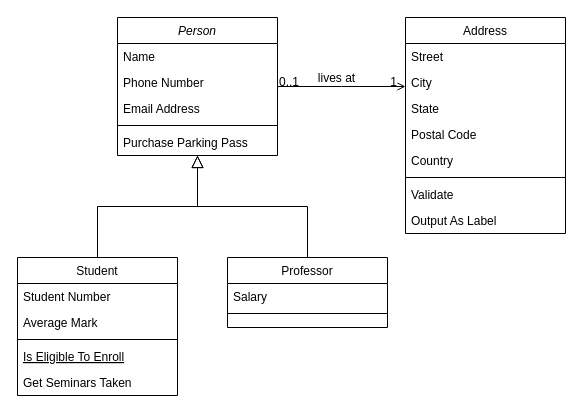
This is Diagram zonder titel.drawio from NickSchoenmakers/4Shop, a draw.io file, before an edit. Source tidied: cells renumbered, new cells numbered last; positions are measured from the earlier drawing's top-left corner, leaving out a move shared by most shapes. Both pictures are drawn from the tidied source at 100%, with x=0, y=0 at pixel (17, 17).
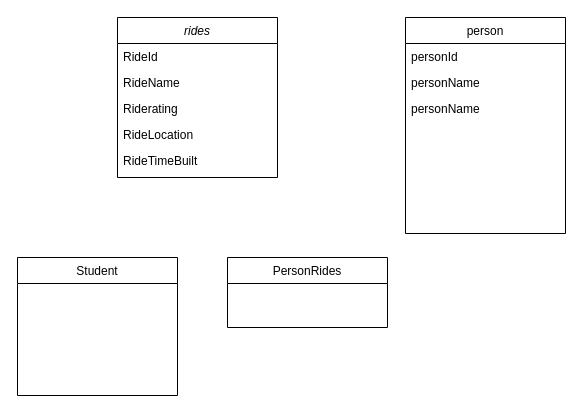
Above is the later version.

Unchanged cells that the change refers to:
```xml
<mxCell id="8" value="Student" style="swimlane;fontStyle=0;align=center;verticalAlign=top;horizontal=1;startSize=26;rounded=0;shadow=0;strokeWidth=1;" parent="1" vertex="1">
  <mxGeometry y="240" width="160" height="138" as="geometry" />
</mxCell>
```

Diff of the diagram source:
```diff
@@
-    <mxCell id="2" value="Person" style="swimlane;fontStyle=2;align=center;verticalAlign=top;horizontal=1;startSize=26;rounded=0;shadow=0;strokeWidth=1;" parent="1" vertex="1">
-      <mxGeometry x="100" width="160" height="138" as="geometry" />
+    <mxCell id="2" value="rides" style="swimlane;fontStyle=2;align=center;verticalAlign=top;horizontal=1;startSize=26;rounded=0;shadow=0;strokeWidth=1;" parent="1" vertex="1">
+      <mxGeometry x="100" width="160" height="160" as="geometry" />
     </mxCell>
-    <mxCell id="3" value="Name" style="text;align=left;verticalAlign=top;spacingLeft=4;spacingRight=4;overflow=hidden;" parent="2" vertex="1">
+    <mxCell id="3" value="RideId" style="text;align=left;verticalAlign=top;spacingLeft=4;spacingRight=4;overflow=hidden;" parent="2" vertex="1">
       <mxGeometry y="26" width="160" height="26" as="geometry" />
     </mxCell>
-    <mxCell id="4" value="Phone Number" style="text;align=left;verticalAlign=top;spacingLeft=4;spacingRight=4;overflow=hidden;rounded=0;shadow=0;html=0;" parent="2" vertex="1">
-      <mxGeometry y="52" width="160" height="26" as="geometry" />
-    </mxCell>
-    <mxCell id="5" value="Email Address" style="text;align=left;verticalAlign=top;spacingLeft=4;spacingRight=4;overflow=hidden;rounded=0;shadow=0;html=0;" parent="2" vertex="1">
-      <mxGeometry y="78" width="160" height="26" as="geometry" />
-    </mxCell>
-    <mxCell id="6" style="line;html=1;strokeWidth=1;align=left;verticalAlign=middle;spacingTop=-1;spacingLeft=3;spacingRight=3;labelPosition=right;" parent="2" vertex="1">
-      <mxGeometry y="104" width="160" height="8" as="geometry" />
-    </mxCell>
-    <mxCell id="7" value="Purchase Parking Pass" style="text;align=left;verticalAlign=top;spacingLeft=4;spacingRight=4;overflow=hidden;" parent="2" vertex="1">
-      <mxGeometry y="112" width="160" height="26" as="geometry" />
-    </mxCell>
+    <mxCell id="32" value="RideName" style="text;align=left;verticalAlign=top;spacingLeft=4;spacingRight=4;overflow=hidden;" parent="2" vertex="1">
+      <mxGeometry y="52" width="160" height="26" as="geometry" />
+    </mxCell>
+    <mxCell id="33" value="Riderating" style="text;align=left;verticalAlign=top;spacingLeft=4;spacingRight=4;overflow=hidden;" parent="2" vertex="1">
+      <mxGeometry y="78" width="160" height="26" as="geometry" />
+    </mxCell>
+    <mxCell id="34" value="RideLocation" style="text;align=left;verticalAlign=top;spacingLeft=4;spacingRight=4;overflow=hidden;" parent="2" vertex="1">
+      <mxGeometry y="104" width="160" height="26" as="geometry" />
+    </mxCell>
+    <mxCell id="35" value="RideTimeBuilt" style="text;align=left;verticalAlign=top;spacingLeft=4;spacingRight=4;overflow=hidden;" parent="2" vertex="1">
+      <mxGeometry y="130" width="160" height="26" as="geometry" />
+    </mxCell>
@@
-    <mxCell id="9" value="Student Number" style="text;align=left;verticalAlign=top;spacingLeft=4;spacingRight=4;overflow=hidden;" parent="8" vertex="1">
-      <mxGeometry y="26" width="160" height="26" as="geometry" />
-    </mxCell>
-    <mxCell id="10" value="Average Mark" style="text;align=left;verticalAlign=top;spacingLeft=4;spacingRight=4;overflow=hidden;rounded=0;shadow=0;html=0;" parent="8" vertex="1">
-      <mxGeometry y="52" width="160" height="26" as="geometry" />
-    </mxCell>
-    <mxCell id="11" style="line;html=1;strokeWidth=1;align=left;verticalAlign=middle;spacingTop=-1;spacingLeft=3;spacingRight=3;labelPosition=right;" parent="8" vertex="1">
-      <mxGeometry y="78" width="160" height="8" as="geometry" />
-    </mxCell>
-    <mxCell id="12" value="Is Eligible To Enroll" style="text;align=left;verticalAlign=top;spacingLeft=4;spacingRight=4;overflow=hidden;fontStyle=4;" parent="8" vertex="1">
-      <mxGeometry y="86" width="160" height="26" as="geometry" />
-    </mxCell>
-    <mxCell id="13" value="Get Seminars Taken" style="text;align=left;verticalAlign=top;spacingLeft=4;spacingRight=4;overflow=hidden;" parent="8" vertex="1">
-      <mxGeometry y="112" width="160" height="26" as="geometry" />
-    </mxCell>
-    <mxCell id="14" style="endArrow=block;endSize=10;endFill=0;shadow=0;strokeWidth=1;rounded=0;edgeStyle=elbowEdgeStyle;elbow=vertical;" parent="1" edge="1" source="8" target="2">
-      <mxGeometry relative="1" as="geometry" />
-    </mxCell>
-    <mxCell id="15" value="Professor" style="swimlane;fontStyle=0;align=center;verticalAlign=top;horizontal=1;startSize=26;rounded=0;shadow=0;strokeWidth=1;" parent="1" vertex="1">
+    <mxCell id="15" value="PersonRides" style="swimlane;fontStyle=0;align=center;verticalAlign=top;horizontal=1;startSize=26;rounded=0;shadow=0;strokeWidth=1;" parent="1" vertex="1">
       <mxGeometry x="210" y="240" width="160" height="70" as="geometry" />
     </mxCell>
-    <mxCell id="16" value="Salary" style="text;align=left;verticalAlign=top;spacingLeft=4;spacingRight=4;overflow=hidden;" parent="15" vertex="1">
-      <mxGeometry y="26" width="160" height="26" as="geometry" />
-    </mxCell>
-    <mxCell id="17" style="line;html=1;strokeWidth=1;align=left;verticalAlign=middle;spacingTop=-1;spacingLeft=3;spacingRight=3;labelPosition=right;" parent="15" vertex="1">
-      <mxGeometry y="52" width="160" height="8" as="geometry" />
-    </mxCell>
-    <mxCell id="18" style="endArrow=block;endSize=10;endFill=0;shadow=0;strokeWidth=1;rounded=0;edgeStyle=elbowEdgeStyle;elbow=vertical;" parent="1" edge="1" source="15" target="2">
-      <mxGeometry relative="1" as="geometry" />
-    </mxCell>
-    <mxCell id="19" value="Address" style="swimlane;fontStyle=0;align=center;verticalAlign=top;horizontal=1;startSize=26;rounded=0;shadow=0;strokeWidth=1;" parent="1" vertex="1">
+    <mxCell id="19" value="person" style="swimlane;fontStyle=0;align=center;verticalAlign=top;horizontal=1;startSize=26;rounded=0;shadow=0;strokeWidth=1;" parent="1" vertex="1">
       <mxGeometry x="388" width="160" height="216" as="geometry" />
     </mxCell>
-    <mxCell id="20" value="Street" style="text;align=left;verticalAlign=top;spacingLeft=4;spacingRight=4;overflow=hidden;" parent="19" vertex="1">
+    <mxCell id="20" value="personId" style="text;align=left;verticalAlign=top;spacingLeft=4;spacingRight=4;overflow=hidden;" parent="19" vertex="1">
       <mxGeometry y="26" width="160" height="26" as="geometry" />
     </mxCell>
-    <mxCell id="21" value="City" style="text;align=left;verticalAlign=top;spacingLeft=4;spacingRight=4;overflow=hidden;rounded=0;shadow=0;html=0;" parent="19" vertex="1">
-      <mxGeometry y="52" width="160" height="26" as="geometry" />
-    </mxCell>
-    <mxCell id="22" value="State" style="text;align=left;verticalAlign=top;spacingLeft=4;spacingRight=4;overflow=hidden;rounded=0;shadow=0;html=0;" parent="19" vertex="1">
-      <mxGeometry y="78" width="160" height="26" as="geometry" />
-    </mxCell>
-    <mxCell id="23" value="Postal Code" style="text;align=left;verticalAlign=top;spacingLeft=4;spacingRight=4;overflow=hidden;rounded=0;shadow=0;html=0;" parent="19" vertex="1">
-      <mxGeometry y="104" width="160" height="26" as="geometry" />
-    </mxCell>
-    <mxCell id="24" value="Country" style="text;align=left;verticalAlign=top;spacingLeft=4;spacingRight=4;overflow=hidden;rounded=0;shadow=0;html=0;" parent="19" vertex="1">
-      <mxGeometry y="130" width="160" height="26" as="geometry" />
-    </mxCell>
-    <mxCell id="25" style="line;html=1;strokeWidth=1;align=left;verticalAlign=middle;spacingTop=-1;spacingLeft=3;spacingRight=3;labelPosition=right;" parent="19" vertex="1">
-      <mxGeometry y="156" width="160" height="8" as="geometry" />
-    </mxCell>
-    <mxCell id="26" value="Validate" style="text;align=left;verticalAlign=top;spacingLeft=4;spacingRight=4;overflow=hidden;" parent="19" vertex="1">
-      <mxGeometry y="164" width="160" height="26" as="geometry" />
-    </mxCell>
-    <mxCell id="27" value="Output As Label" style="text;align=left;verticalAlign=top;spacingLeft=4;spacingRight=4;overflow=hidden;" parent="19" vertex="1">
-      <mxGeometry y="190" width="160" height="26" as="geometry" />
-    </mxCell>
-    <mxCell id="28" style="endArrow=open;shadow=0;strokeWidth=1;rounded=0;endFill=1;edgeStyle=elbowEdgeStyle;elbow=vertical;" parent="1" edge="1" source="2" target="19">
-      <mxGeometry x="0.5" y="41" relative="1" as="geometry">
-        <mxPoint x="-40" y="32" as="offset" />
-      </mxGeometry>
-    </mxCell>
-    <mxCell id="29" value="0..1" style="align=left;verticalAlign=bottom;labelBackgroundColor=none;fontSize=12;" parent="28" vertex="1">
-      <mxGeometry x="-1" relative="1" as="geometry">
-        <mxPoint y="4" as="offset" />
-      </mxGeometry>
-    </mxCell>
-    <mxCell id="30" value="1" style="align=right;verticalAlign=bottom;labelBackgroundColor=none;fontSize=12;" parent="28" vertex="1">
-      <mxGeometry x="1" relative="1" as="geometry">
-        <mxPoint x="-7" y="4" as="offset" />
-      </mxGeometry>
-    </mxCell>
-    <mxCell id="31" value="lives at" style="text;html=1;align=center;verticalAlign=middle;labelBackgroundColor=none;rounded=0;shadow=0;strokeWidth=1;fontSize=12;" parent="28" vertex="1">
-      <mxGeometry x="0.5" y="49" relative="1" as="geometry">
-        <mxPoint x="-38" y="40" as="offset" />
-      </mxGeometry>
-    </mxCell>
+    <mxCell id="36" value="personName" style="text;align=left;verticalAlign=top;spacingLeft=4;spacingRight=4;overflow=hidden;" parent="19" vertex="1">
+      <mxGeometry y="52" width="160" height="26" as="geometry" />
+    </mxCell>
+    <mxCell id="37" value="personName" style="text;align=left;verticalAlign=top;spacingLeft=4;spacingRight=4;overflow=hidden;" parent="19" vertex="1">
+      <mxGeometry y="78" width="160" height="26" as="geometry" />
+    </mxCell>
```
